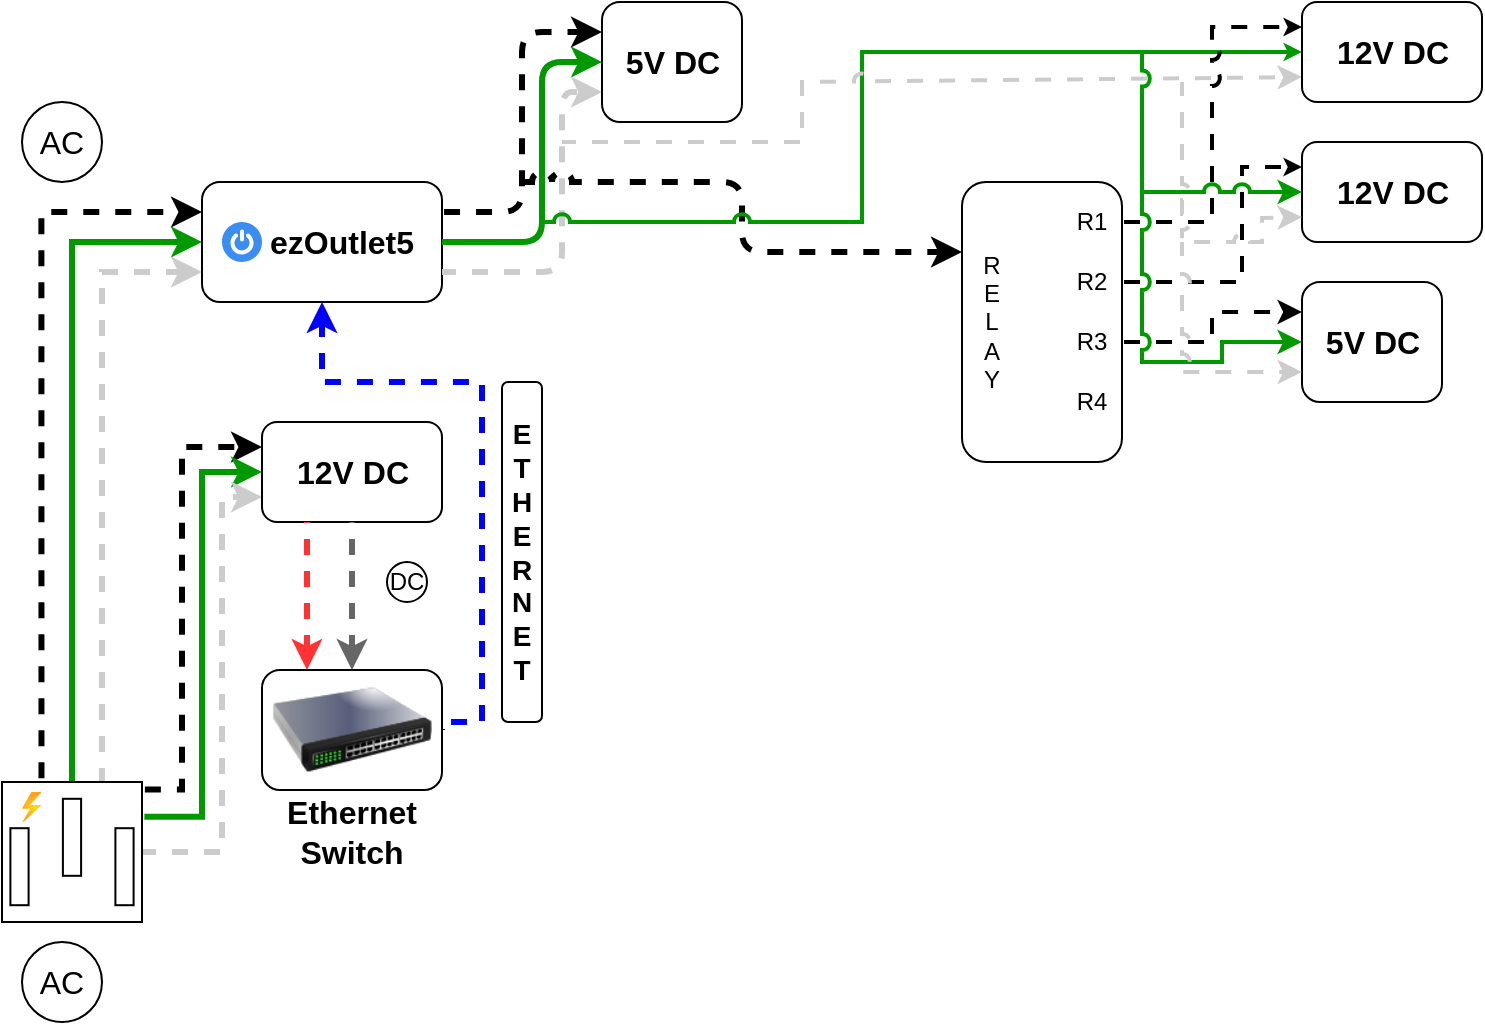
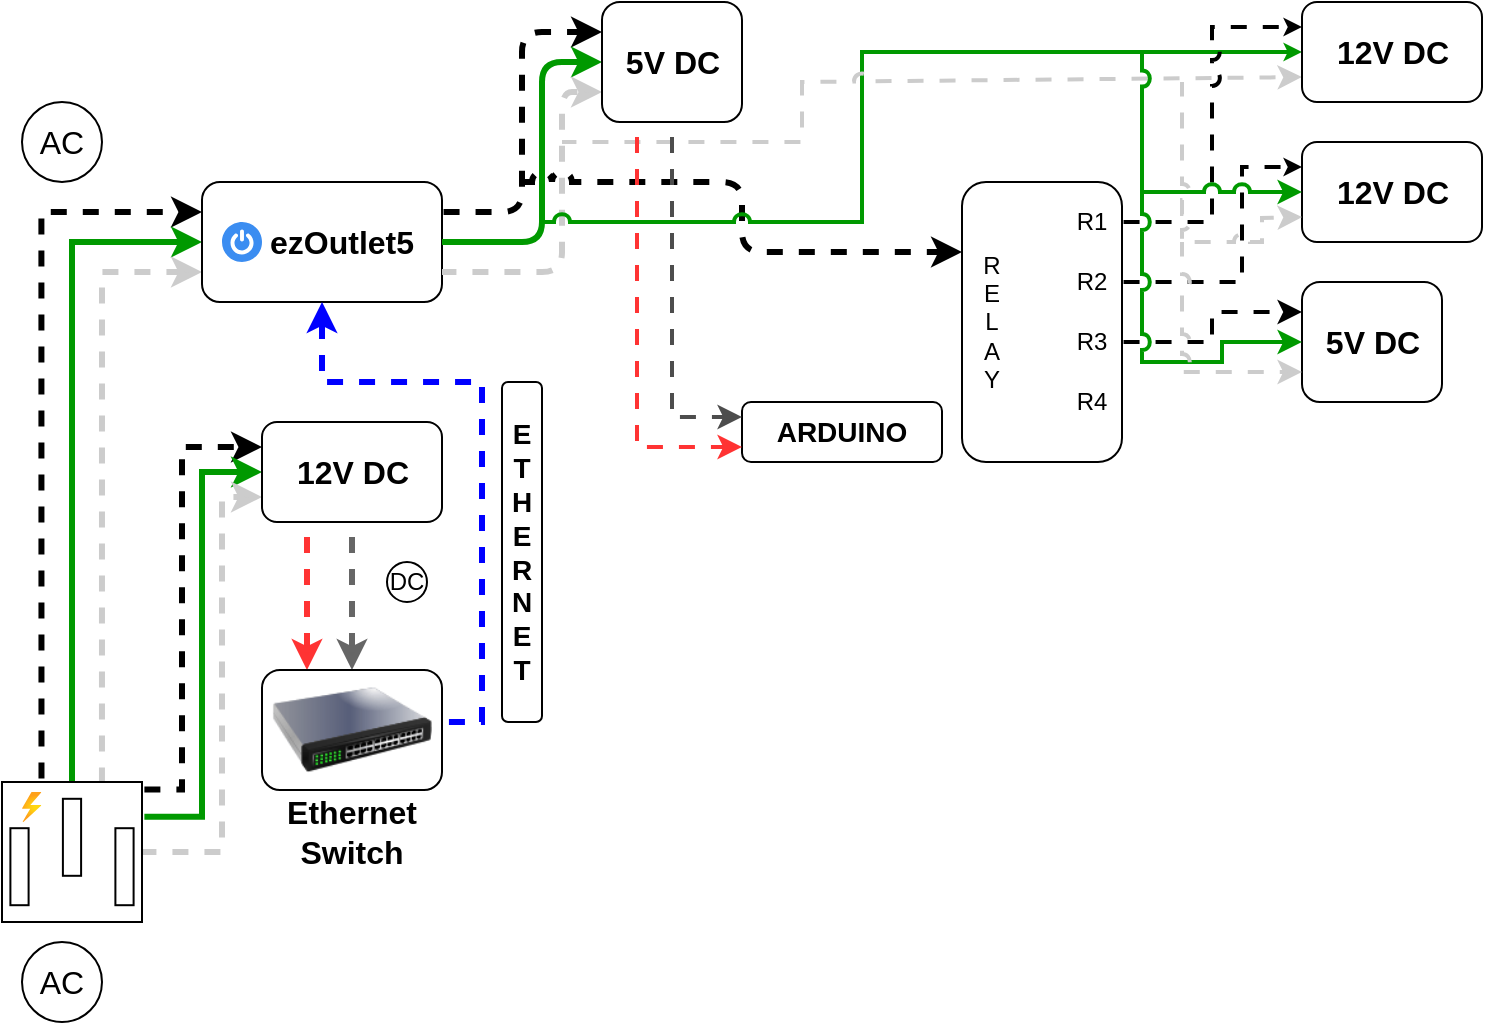
<mxfile host="app.diagrams.net" agent="Mozilla/5.0 (Windows NT 10.0; Win64; x64) AppleWebKit/537.36 (KHTML, like Gecko) Chrome/131.0.0.0 Safari/537.36 Edg/131.0.0.0" version="25.0.3">
  <diagram name="Page-1" id="VlRkN-xOVygPYa-iD9Ir">
-     <mxGraphModel dx="1050" dy="658" grid="1" gridSize="10" guides="1" tooltips="1" connect="1" arrows="1" fold="1" page="1" pageScale="1" pageWidth="1169" pageHeight="827" background="none" math="0" shadow="0">
+     <mxGraphModel dx="875" dy="548" grid="1" gridSize="10" guides="1" tooltips="1" connect="1" arrows="1" fold="1" page="1" pageScale="1" pageWidth="1169" pageHeight="827" background="none" math="0" shadow="0">
      <root>
        <mxCell id="0" />
        <mxCell id="1" parent="0" />
        <mxCell id="JVLtuT8sySUBbFbLTn6r-3" style="edgeStyle=orthogonalEdgeStyle;rounded=0;orthogonalLoop=1;jettySize=auto;html=1;entryX=0;entryY=0.25;entryDx=0;entryDy=0;exitX=0.282;exitY=-0.013;exitDx=0;exitDy=0;exitPerimeter=0;strokeWidth=3;flowAnimation=1;flowAnimationDirection=alternate;flowAnimationTimingFunction=ease-in-out;flowAnimationDuration=1500;" edge="1" parent="1" source="pD8juBFKP1GN8B8eYQTb-1" target="pD8juBFKP1GN8B8eYQTb-3">
          <mxGeometry relative="1" as="geometry" />
        </mxCell>
        <mxCell id="JVLtuT8sySUBbFbLTn6r-4" style="edgeStyle=orthogonalEdgeStyle;rounded=0;orthogonalLoop=1;jettySize=auto;html=1;exitX=0.5;exitY=0;exitDx=0;exitDy=0;exitPerimeter=0;entryX=0;entryY=0.5;entryDx=0;entryDy=0;strokeColor=#009900;strokeWidth=3;" edge="1" parent="1" source="pD8juBFKP1GN8B8eYQTb-1" target="pD8juBFKP1GN8B8eYQTb-3">
          <mxGeometry relative="1" as="geometry" />
        </mxCell>
        <mxCell id="JVLtuT8sySUBbFbLTn6r-5" style="edgeStyle=orthogonalEdgeStyle;rounded=0;orthogonalLoop=1;jettySize=auto;html=1;entryX=0;entryY=0.75;entryDx=0;entryDy=0;exitX=0.714;exitY=0;exitDx=0;exitDy=0;exitPerimeter=0;strokeWidth=3;strokeColor=#CCCCCC;flowAnimation=1;flowAnimationDirection=alternate-reverse;flowAnimationTimingFunction=ease-in-out;flowAnimationDuration=1500;" edge="1" parent="1" source="pD8juBFKP1GN8B8eYQTb-1" target="pD8juBFKP1GN8B8eYQTb-3">
          <mxGeometry relative="1" as="geometry">
            <mxPoint x="120" y="320" as="targetPoint" />
          </mxGeometry>
        </mxCell>
        <mxCell id="JVLtuT8sySUBbFbLTn6r-6" style="edgeStyle=orthogonalEdgeStyle;rounded=0;orthogonalLoop=1;jettySize=auto;html=1;entryX=0;entryY=0.25;entryDx=0;entryDy=0;exitX=1.006;exitY=0.054;exitDx=0;exitDy=0;exitPerimeter=0;strokeWidth=3;flowAnimation=1;flowAnimationDirection=alternate;flowAnimationTimingFunction=ease-in-out;flowAnimationDuration=1500;" edge="1" parent="1" source="pD8juBFKP1GN8B8eYQTb-1" target="pD8juBFKP1GN8B8eYQTb-24">
          <mxGeometry relative="1" as="geometry">
            <Array as="points">
              <mxPoint x="120" y="404" />
              <mxPoint x="120" y="233" />
            </Array>
          </mxGeometry>
        </mxCell>
        <mxCell id="JVLtuT8sySUBbFbLTn6r-7" style="edgeStyle=orthogonalEdgeStyle;rounded=0;orthogonalLoop=1;jettySize=auto;html=1;entryX=0;entryY=0.5;entryDx=0;entryDy=0;exitX=1.017;exitY=0.249;exitDx=0;exitDy=0;exitPerimeter=0;strokeWidth=3;strokeColor=#009900;" edge="1" parent="1" source="pD8juBFKP1GN8B8eYQTb-1" target="pD8juBFKP1GN8B8eYQTb-24">
          <mxGeometry relative="1" as="geometry" />
        </mxCell>
        <mxCell id="JVLtuT8sySUBbFbLTn6r-8" style="edgeStyle=orthogonalEdgeStyle;rounded=0;orthogonalLoop=1;jettySize=auto;html=1;entryX=0;entryY=0.75;entryDx=0;entryDy=0;strokeColor=#CCCCCC;strokeWidth=3;flowAnimation=1;flowAnimationDirection=alternate-reverse;flowAnimationTimingFunction=ease-in-out;flowAnimationDuration=1500;" edge="1" parent="1" source="pD8juBFKP1GN8B8eYQTb-1" target="pD8juBFKP1GN8B8eYQTb-24">
          <mxGeometry relative="1" as="geometry">
            <Array as="points">
              <mxPoint x="140" y="435" />
              <mxPoint x="140" y="258" />
            </Array>
          </mxGeometry>
        </mxCell>
        <mxCell id="JVLtuT8sySUBbFbLTn6r-1" value="" style="group" vertex="1" connectable="0" parent="1">
          <mxGeometry x="30" y="480" width="60" height="40" as="geometry" />
        </mxCell>
        <mxCell id="pD8juBFKP1GN8B8eYQTb-22" value="AC" style="text;html=1;align=center;verticalAlign=middle;whiteSpace=wrap;rounded=0;fontSize=16;" parent="JVLtuT8sySUBbFbLTn6r-1" vertex="1">
          <mxGeometry y="5" width="60" height="30" as="geometry" />
        </mxCell>
        <mxCell id="pD8juBFKP1GN8B8eYQTb-23" value="" style="ellipse;whiteSpace=wrap;html=1;fillColor=none;" parent="JVLtuT8sySUBbFbLTn6r-1" vertex="1">
          <mxGeometry x="10" width="40" height="40" as="geometry" />
        </mxCell>
        <mxCell id="JVLtuT8sySUBbFbLTn6r-2" value="" style="group" vertex="1" connectable="0" parent="1">
          <mxGeometry x="30" y="60" width="60" height="40" as="geometry" />
        </mxCell>
        <mxCell id="pD8juBFKP1GN8B8eYQTb-9" value="" style="ellipse;whiteSpace=wrap;html=1;fillColor=none;" parent="JVLtuT8sySUBbFbLTn6r-2" vertex="1">
          <mxGeometry x="10" width="40" height="40" as="geometry" />
        </mxCell>
        <mxCell id="pD8juBFKP1GN8B8eYQTb-11" value="AC" style="text;html=1;align=center;verticalAlign=middle;whiteSpace=wrap;rounded=0;fontSize=16;" parent="JVLtuT8sySUBbFbLTn6r-2" vertex="1">
          <mxGeometry y="5" width="60" height="30" as="geometry" />
        </mxCell>
        <mxCell id="JVLtuT8sySUBbFbLTn6r-9" value="" style="group" vertex="1" connectable="0" parent="1">
          <mxGeometry x="130" y="100" width="120" height="60" as="geometry" />
        </mxCell>
        <mxCell id="JVLtuT8sySUBbFbLTn6r-16" value="" style="group" vertex="1" connectable="0" parent="JVLtuT8sySUBbFbLTn6r-9">
          <mxGeometry width="120" height="60" as="geometry" />
        </mxCell>
        <mxCell id="pD8juBFKP1GN8B8eYQTb-3" value="" style="rounded=1;whiteSpace=wrap;html=1;" parent="JVLtuT8sySUBbFbLTn6r-16" vertex="1">
          <mxGeometry width="120" height="60" as="geometry" />
        </mxCell>
        <mxCell id="JVLtuT8sySUBbFbLTn6r-13" value="" style="sketch=0;html=1;aspect=fixed;strokeColor=none;shadow=0;fillColor=#3B8DF1;verticalAlign=top;labelPosition=center;verticalLabelPosition=bottom;shape=mxgraph.gcp2.a7_power" vertex="1" parent="JVLtuT8sySUBbFbLTn6r-16">
          <mxGeometry x="10" y="20" width="20" height="20" as="geometry" />
        </mxCell>
        <mxCell id="pD8juBFKP1GN8B8eYQTb-15" value="&lt;b&gt;ezOutlet5&lt;/b&gt;" style="text;html=1;align=center;verticalAlign=middle;whiteSpace=wrap;rounded=0;fontSize=16;" parent="JVLtuT8sySUBbFbLTn6r-16" vertex="1">
          <mxGeometry x="40" y="10" width="60" height="40" as="geometry" />
        </mxCell>
        <mxCell id="JVLtuT8sySUBbFbLTn6r-11" value="" style="group" vertex="1" connectable="0" parent="1">
          <mxGeometry x="160" y="220" width="90" height="50" as="geometry" />
        </mxCell>
        <mxCell id="JVLtuT8sySUBbFbLTn6r-72" value="" style="group" vertex="1" connectable="0" parent="JVLtuT8sySUBbFbLTn6r-11">
          <mxGeometry width="90" height="50" as="geometry" />
        </mxCell>
        <mxCell id="pD8juBFKP1GN8B8eYQTb-24" value="" style="rounded=1;whiteSpace=wrap;html=1;" parent="JVLtuT8sySUBbFbLTn6r-72" vertex="1">
          <mxGeometry width="90" height="50" as="geometry" />
        </mxCell>
        <mxCell id="JVLtuT8sySUBbFbLTn6r-10" value="&lt;font style=&quot;font-size: 16px;&quot;&gt;&lt;b&gt;12V DC&lt;/b&gt;&lt;/font&gt;" style="text;html=1;align=center;verticalAlign=middle;whiteSpace=wrap;rounded=0;" vertex="1" parent="JVLtuT8sySUBbFbLTn6r-72">
          <mxGeometry x="15.75" y="10" width="58.5" height="30" as="geometry" />
        </mxCell>
        <mxCell id="JVLtuT8sySUBbFbLTn6r-18" value="" style="group" vertex="1" connectable="0" parent="1">
          <mxGeometry x="30" y="400" width="70" height="70" as="geometry" />
        </mxCell>
        <mxCell id="pD8juBFKP1GN8B8eYQTb-1" value="" style="pointerEvents=1;verticalLabelPosition=bottom;shadow=0;dashed=0;align=center;html=1;verticalAlign=top;shape=mxgraph.electrical.miscellaneous.ac_out" parent="JVLtuT8sySUBbFbLTn6r-18" vertex="1">
          <mxGeometry width="70" height="70" as="geometry" />
        </mxCell>
        <mxCell id="JVLtuT8sySUBbFbLTn6r-12" value="" style="image;aspect=fixed;html=1;points=[];align=center;fontSize=12;image=img/lib/azure2/general/Power.svg;" vertex="1" parent="JVLtuT8sySUBbFbLTn6r-18">
          <mxGeometry x="10" y="5" width="9.72" height="15" as="geometry" />
        </mxCell>
        <mxCell id="JVLtuT8sySUBbFbLTn6r-23" style="edgeStyle=orthogonalEdgeStyle;rounded=0;orthogonalLoop=1;jettySize=auto;html=1;entryX=0.25;entryY=0;entryDx=0;entryDy=0;exitX=0.25;exitY=1;exitDx=0;exitDy=0;strokeColor=#FF3333;strokeWidth=3;flowAnimation=1;" edge="1" parent="1" source="pD8juBFKP1GN8B8eYQTb-24" target="JVLtuT8sySUBbFbLTn6r-19">
          <mxGeometry relative="1" as="geometry" />
        </mxCell>
        <mxCell id="JVLtuT8sySUBbFbLTn6r-28" value="" style="group" vertex="1" connectable="0" parent="1">
          <mxGeometry x="220" y="290" width="25" height="20" as="geometry" />
        </mxCell>
        <mxCell id="JVLtuT8sySUBbFbLTn6r-26" value="" style="ellipse;whiteSpace=wrap;html=1;aspect=fixed;" vertex="1" parent="JVLtuT8sySUBbFbLTn6r-28">
          <mxGeometry x="2.5" width="20" height="20" as="geometry" />
        </mxCell>
        <mxCell id="JVLtuT8sySUBbFbLTn6r-27" value="&lt;font&gt;DC&lt;/font&gt;" style="text;html=1;align=center;verticalAlign=middle;whiteSpace=wrap;rounded=0;" vertex="1" parent="JVLtuT8sySUBbFbLTn6r-28">
          <mxGeometry y="2.5" width="25" height="15" as="geometry" />
        </mxCell>
        <mxCell id="JVLtuT8sySUBbFbLTn6r-29" style="edgeStyle=orthogonalEdgeStyle;rounded=0;orthogonalLoop=1;jettySize=auto;html=1;exitX=0.5;exitY=1;exitDx=0;exitDy=0;entryX=0.5;entryY=0;entryDx=0;entryDy=0;strokeWidth=3;flowAnimation=1;strokeColor=#666666;" edge="1" parent="1" source="pD8juBFKP1GN8B8eYQTb-24" target="JVLtuT8sySUBbFbLTn6r-19">
          <mxGeometry relative="1" as="geometry" />
        </mxCell>
        <mxCell id="JVLtuT8sySUBbFbLTn6r-30" style="edgeStyle=orthogonalEdgeStyle;rounded=0;orthogonalLoop=1;jettySize=auto;html=1;exitX=1;exitY=0.5;exitDx=0;exitDy=0;entryX=0.5;entryY=1;entryDx=0;entryDy=0;strokeColor=#0000FF;strokeWidth=3;flowAnimation=1;" edge="1" parent="1" source="JVLtuT8sySUBbFbLTn6r-19" target="pD8juBFKP1GN8B8eYQTb-3">
          <mxGeometry relative="1" as="geometry">
            <Array as="points">
              <mxPoint x="270" y="370" />
              <mxPoint x="270" y="200" />
              <mxPoint x="190" y="200" />
            </Array>
          </mxGeometry>
        </mxCell>
        <mxCell id="JVLtuT8sySUBbFbLTn6r-31" value="" style="rounded=1;whiteSpace=wrap;html=1;" vertex="1" parent="1">
          <mxGeometry x="280" y="200" width="20" height="170" as="geometry" />
        </mxCell>
        <mxCell id="JVLtuT8sySUBbFbLTn6r-32" value="&lt;b&gt;&lt;font style=&quot;font-size: 14px;&quot;&gt;E&lt;/font&gt;&lt;/b&gt;&lt;div&gt;&lt;b&gt;&lt;font style=&quot;font-size: 14px;&quot;&gt;T&lt;/font&gt;&lt;/b&gt;&lt;/div&gt;&lt;div&gt;&lt;b&gt;&lt;font style=&quot;font-size: 14px;&quot;&gt;H&lt;/font&gt;&lt;/b&gt;&lt;/div&gt;&lt;div&gt;&lt;b&gt;&lt;font style=&quot;font-size: 14px;&quot;&gt;E&lt;/font&gt;&lt;/b&gt;&lt;/div&gt;&lt;div&gt;&lt;b&gt;&lt;font style=&quot;font-size: 14px;&quot;&gt;R&lt;/font&gt;&lt;/b&gt;&lt;/div&gt;&lt;div&gt;&lt;b&gt;&lt;font style=&quot;font-size: 14px;&quot;&gt;N&lt;/font&gt;&lt;/b&gt;&lt;/div&gt;&lt;div&gt;&lt;b&gt;&lt;font style=&quot;font-size: 14px;&quot;&gt;E&lt;/font&gt;&lt;/b&gt;&lt;/div&gt;&lt;div&gt;&lt;b&gt;&lt;font style=&quot;font-size: 14px;&quot;&gt;T&lt;/font&gt;&lt;/b&gt;&lt;/div&gt;" style="text;html=1;align=center;verticalAlign=middle;whiteSpace=wrap;rounded=0;" vertex="1" parent="1">
          <mxGeometry x="275" y="180" width="30" height="210" as="geometry" />
        </mxCell>
        <mxCell id="JVLtuT8sySUBbFbLTn6r-33" value="" style="rounded=1;whiteSpace=wrap;html=1;" vertex="1" parent="1">
          <mxGeometry x="510" y="100" width="80" height="140" as="geometry" />
        </mxCell>
        <mxCell id="JVLtuT8sySUBbFbLTn6r-35" style="edgeStyle=orthogonalEdgeStyle;rounded=1;orthogonalLoop=1;jettySize=auto;html=1;exitX=1;exitY=0.25;exitDx=0;exitDy=0;entryX=0;entryY=0.25;entryDx=0;entryDy=0;curved=0;strokeWidth=3;flowAnimation=1;flowAnimationDirection=alternate;flowAnimationTimingFunction=ease-in-out;flowAnimationDuration=1500;" edge="1" parent="1" source="pD8juBFKP1GN8B8eYQTb-3" target="JVLtuT8sySUBbFbLTn6r-34">
          <mxGeometry relative="1" as="geometry" />
        </mxCell>
        <mxCell id="JVLtuT8sySUBbFbLTn6r-36" style="edgeStyle=orthogonalEdgeStyle;rounded=1;orthogonalLoop=1;jettySize=auto;html=1;exitX=1;exitY=0.5;exitDx=0;exitDy=0;entryX=0;entryY=0.5;entryDx=0;entryDy=0;curved=0;strokeWidth=3;strokeColor=#009900;" edge="1" parent="1" source="pD8juBFKP1GN8B8eYQTb-3" target="JVLtuT8sySUBbFbLTn6r-34">
          <mxGeometry relative="1" as="geometry">
            <Array as="points">
              <mxPoint x="300" y="130" />
              <mxPoint x="300" y="40" />
            </Array>
          </mxGeometry>
        </mxCell>
        <mxCell id="JVLtuT8sySUBbFbLTn6r-37" style="edgeStyle=orthogonalEdgeStyle;rounded=1;orthogonalLoop=1;jettySize=auto;html=1;exitX=1;exitY=0.75;exitDx=0;exitDy=0;entryX=0;entryY=0.75;entryDx=0;entryDy=0;curved=0;strokeColor=#CCCCCC;strokeWidth=3;flowAnimation=1;flowAnimationDirection=alternate-reverse;flowAnimationTimingFunction=ease-in-out;flowAnimationDuration=1500;" edge="1" parent="1" source="pD8juBFKP1GN8B8eYQTb-3" target="JVLtuT8sySUBbFbLTn6r-34">
          <mxGeometry relative="1" as="geometry">
            <Array as="points">
              <mxPoint x="310" y="145" />
              <mxPoint x="310" y="55" />
            </Array>
          </mxGeometry>
        </mxCell>
        <mxCell id="JVLtuT8sySUBbFbLTn6r-40" value="" style="endArrow=classic;html=1;rounded=1;curved=0;entryX=0;entryY=0.25;entryDx=0;entryDy=0;jumpStyle=arc;strokeWidth=3;flowAnimation=1;flowAnimationDirection=alternate;flowAnimationTimingFunction=ease-in-out;flowAnimationDuration=1500;" edge="1" parent="1" target="JVLtuT8sySUBbFbLTn6r-33">
          <mxGeometry width="50" height="50" relative="1" as="geometry">
            <mxPoint x="290" y="100" as="sourcePoint" />
            <mxPoint x="410" y="170" as="targetPoint" />
            <Array as="points">
              <mxPoint x="400" y="100" />
              <mxPoint x="400" y="135" />
            </Array>
          </mxGeometry>
        </mxCell>
        <mxCell id="JVLtuT8sySUBbFbLTn6r-51" value="" style="group" vertex="1" connectable="0" parent="1">
          <mxGeometry x="160" y="344" width="90" height="96" as="geometry" />
        </mxCell>
        <mxCell id="JVLtuT8sySUBbFbLTn6r-21" value="" style="group" vertex="1" connectable="0" parent="JVLtuT8sySUBbFbLTn6r-51">
          <mxGeometry width="90" height="70" as="geometry" />
        </mxCell>
        <mxCell id="JVLtuT8sySUBbFbLTn6r-50" value="" style="group" vertex="1" connectable="0" parent="JVLtuT8sySUBbFbLTn6r-21">
          <mxGeometry width="90" height="70" as="geometry" />
        </mxCell>
        <mxCell id="JVLtuT8sySUBbFbLTn6r-19" value="" style="rounded=1;whiteSpace=wrap;html=1;" vertex="1" parent="JVLtuT8sySUBbFbLTn6r-50">
          <mxGeometry width="90" height="60" as="geometry" />
        </mxCell>
        <mxCell id="JVLtuT8sySUBbFbLTn6r-49" value="" style="image;html=1;image=img/lib/clip_art/networking/Switch_128x128.png" vertex="1" parent="JVLtuT8sySUBbFbLTn6r-50">
          <mxGeometry x="5" y="-10" width="80" height="80" as="geometry" />
        </mxCell>
        <mxCell id="JVLtuT8sySUBbFbLTn6r-20" value="&lt;b&gt;&lt;font style=&quot;font-size: 16px;&quot;&gt;Ethernet&lt;/font&gt;&lt;/b&gt;&lt;div&gt;&lt;b&gt;&lt;font style=&quot;font-size: 16px;&quot;&gt;Switch&lt;/font&gt;&lt;/b&gt;&lt;/div&gt;" style="text;html=1;align=center;verticalAlign=middle;whiteSpace=wrap;rounded=0;" vertex="1" parent="JVLtuT8sySUBbFbLTn6r-51">
          <mxGeometry x="15" y="66" width="60" height="30" as="geometry" />
        </mxCell>
        <mxCell id="JVLtuT8sySUBbFbLTn6r-53" value="" style="group" vertex="1" connectable="0" parent="1">
          <mxGeometry x="330" y="10" width="70" height="60" as="geometry" />
        </mxCell>
        <mxCell id="JVLtuT8sySUBbFbLTn6r-71" value="" style="group" vertex="1" connectable="0" parent="JVLtuT8sySUBbFbLTn6r-53">
          <mxGeometry width="70" height="60" as="geometry" />
        </mxCell>
        <mxCell id="JVLtuT8sySUBbFbLTn6r-34" value="" style="rounded=1;whiteSpace=wrap;html=1;" vertex="1" parent="JVLtuT8sySUBbFbLTn6r-71">
          <mxGeometry width="70" height="60" as="geometry" />
        </mxCell>
        <mxCell id="JVLtuT8sySUBbFbLTn6r-52" value="&lt;font style=&quot;font-size: 16px;&quot;&gt;&lt;b&gt;5&lt;/b&gt;&lt;/font&gt;&lt;b style=&quot;font-size: 16px; background-color: initial;&quot;&gt;V DC&lt;/b&gt;" style="text;html=1;align=center;verticalAlign=middle;whiteSpace=wrap;rounded=0;" vertex="1" parent="JVLtuT8sySUBbFbLTn6r-71">
          <mxGeometry x="5.75" y="15" width="58.5" height="30" as="geometry" />
        </mxCell>
        <mxCell id="JVLtuT8sySUBbFbLTn6r-54" value="" style="endArrow=classic;html=1;rounded=0;entryX=0;entryY=0.5;entryDx=0;entryDy=0;jumpStyle=arc;strokeColor=#009900;strokeWidth=2;endSize=3;" edge="1" parent="1" target="JVLtuT8sySUBbFbLTn6r-74">
          <mxGeometry width="50" height="50" relative="1" as="geometry">
            <mxPoint x="300" y="120" as="sourcePoint" />
            <mxPoint x="350" y="80" as="targetPoint" />
            <Array as="points">
              <mxPoint x="460" y="120" />
              <mxPoint x="460" y="35" />
            </Array>
          </mxGeometry>
        </mxCell>
        <mxCell id="JVLtuT8sySUBbFbLTn6r-55" value="" style="endArrow=classic;html=1;rounded=0;entryX=0;entryY=0.75;entryDx=0;entryDy=0;strokeColor=#CCCCCC;strokeWidth=2;jumpStyle=arc;flowAnimation=1;flowAnimationDirection=alternate-reverse;flowAnimationTimingFunction=ease-in-out;flowAnimationDuration=1500;" edge="1" parent="1" target="JVLtuT8sySUBbFbLTn6r-74">
          <mxGeometry width="50" height="50" relative="1" as="geometry">
            <mxPoint x="310" y="80" as="sourcePoint" />
            <mxPoint x="350" y="140" as="targetPoint" />
            <Array as="points">
              <mxPoint x="430" y="80" />
              <mxPoint x="430" y="50" />
              <mxPoint x="520" y="50" />
            </Array>
          </mxGeometry>
        </mxCell>
        <mxCell id="JVLtuT8sySUBbFbLTn6r-56" value="R&lt;div&gt;E&lt;/div&gt;&lt;div&gt;L&lt;/div&gt;&lt;div&gt;A&lt;/div&gt;&lt;div&gt;Y&lt;/div&gt;" style="text;html=1;align=center;verticalAlign=middle;whiteSpace=wrap;rounded=0;" vertex="1" parent="1">
          <mxGeometry x="510" y="135" width="30" height="70" as="geometry" />
        </mxCell>
        <mxCell id="JVLtuT8sySUBbFbLTn6r-79" style="edgeStyle=orthogonalEdgeStyle;rounded=0;orthogonalLoop=1;jettySize=auto;html=1;exitX=1;exitY=0.5;exitDx=0;exitDy=0;entryX=0;entryY=0.25;entryDx=0;entryDy=0;strokeWidth=2;flowAnimation=1;flowAnimationDirection=alternate;flowAnimationTimingFunction=ease-in-out;flowAnimationDuration=1500;jumpStyle=arc;endSize=3;" edge="1" parent="1" source="JVLtuT8sySUBbFbLTn6r-57" target="JVLtuT8sySUBbFbLTn6r-74">
          <mxGeometry relative="1" as="geometry" />
        </mxCell>
        <mxCell id="JVLtuT8sySUBbFbLTn6r-57" value="R1" style="text;html=1;align=center;verticalAlign=middle;whiteSpace=wrap;rounded=0;" vertex="1" parent="1">
          <mxGeometry x="560" y="105" width="30" height="30" as="geometry" />
        </mxCell>
        <mxCell id="JVLtuT8sySUBbFbLTn6r-80" style="edgeStyle=orthogonalEdgeStyle;rounded=0;orthogonalLoop=1;jettySize=auto;html=1;exitX=1;exitY=0.5;exitDx=0;exitDy=0;entryX=0;entryY=0.25;entryDx=0;entryDy=0;strokeWidth=2;flowAnimation=1;flowAnimationDirection=alternate;flowAnimationTimingFunction=ease-in-out;flowAnimationDuration=1500;endSize=3;jumpStyle=arc;" edge="1" parent="1" source="JVLtuT8sySUBbFbLTn6r-58" target="JVLtuT8sySUBbFbLTn6r-77">
          <mxGeometry relative="1" as="geometry">
            <Array as="points">
              <mxPoint x="650" y="150" />
              <mxPoint x="650" y="93" />
            </Array>
          </mxGeometry>
        </mxCell>
        <mxCell id="JVLtuT8sySUBbFbLTn6r-58" value="R2" style="text;html=1;align=center;verticalAlign=middle;whiteSpace=wrap;rounded=0;" vertex="1" parent="1">
          <mxGeometry x="560" y="135" width="30" height="30" as="geometry" />
        </mxCell>
        <mxCell id="JVLtuT8sySUBbFbLTn6r-81" style="edgeStyle=orthogonalEdgeStyle;rounded=0;orthogonalLoop=1;jettySize=auto;html=1;exitX=1;exitY=0.5;exitDx=0;exitDy=0;entryX=0;entryY=0.25;entryDx=0;entryDy=0;strokeWidth=2;flowAnimation=1;flowAnimationDirection=alternate;flowAnimationTimingFunction=ease-in-out;flowAnimationDuration=1500;jumpStyle=arc;" edge="1" parent="1" source="JVLtuT8sySUBbFbLTn6r-59" target="JVLtuT8sySUBbFbLTn6r-63">
          <mxGeometry relative="1" as="geometry" />
        </mxCell>
        <mxCell id="JVLtuT8sySUBbFbLTn6r-59" value="R3" style="text;html=1;align=center;verticalAlign=middle;whiteSpace=wrap;rounded=0;" vertex="1" parent="1">
          <mxGeometry x="560" y="165" width="30" height="30" as="geometry" />
        </mxCell>
        <mxCell id="JVLtuT8sySUBbFbLTn6r-60" value="R4" style="text;html=1;align=center;verticalAlign=middle;whiteSpace=wrap;rounded=0;" vertex="1" parent="1">
          <mxGeometry x="560" y="195" width="30" height="30" as="geometry" />
        </mxCell>
        <mxCell id="JVLtuT8sySUBbFbLTn6r-67" value="" style="group" vertex="1" connectable="0" parent="1">
          <mxGeometry x="680" y="150" width="70" height="60" as="geometry" />
        </mxCell>
        <mxCell id="JVLtuT8sySUBbFbLTn6r-63" value="" style="rounded=1;whiteSpace=wrap;html=1;" vertex="1" parent="JVLtuT8sySUBbFbLTn6r-67">
          <mxGeometry width="70" height="60" as="geometry" />
        </mxCell>
        <mxCell id="JVLtuT8sySUBbFbLTn6r-62" value="" style="group" vertex="1" connectable="0" parent="JVLtuT8sySUBbFbLTn6r-67">
          <mxGeometry width="70" height="60" as="geometry" />
        </mxCell>
        <mxCell id="JVLtuT8sySUBbFbLTn6r-64" value="&lt;font style=&quot;font-size: 16px;&quot;&gt;&lt;b&gt;5&lt;/b&gt;&lt;/font&gt;&lt;b style=&quot;font-size: 16px; background-color: initial;&quot;&gt;V DC&lt;/b&gt;" style="text;html=1;align=center;verticalAlign=middle;whiteSpace=wrap;rounded=0;" vertex="1" parent="JVLtuT8sySUBbFbLTn6r-62">
          <mxGeometry x="5.75" y="15" width="58.5" height="30" as="geometry" />
        </mxCell>
        <mxCell id="JVLtuT8sySUBbFbLTn6r-73" value="" style="group" vertex="1" connectable="0" parent="1">
          <mxGeometry x="680" y="10" width="90" height="50" as="geometry" />
        </mxCell>
        <mxCell id="JVLtuT8sySUBbFbLTn6r-74" value="" style="rounded=1;whiteSpace=wrap;html=1;" vertex="1" parent="JVLtuT8sySUBbFbLTn6r-73">
          <mxGeometry width="90" height="50" as="geometry" />
        </mxCell>
        <mxCell id="JVLtuT8sySUBbFbLTn6r-75" value="&lt;font style=&quot;font-size: 16px;&quot;&gt;&lt;b&gt;12V DC&lt;/b&gt;&lt;/font&gt;" style="text;html=1;align=center;verticalAlign=middle;whiteSpace=wrap;rounded=0;" vertex="1" parent="JVLtuT8sySUBbFbLTn6r-73">
          <mxGeometry x="15.75" y="10" width="58.5" height="30" as="geometry" />
        </mxCell>
        <mxCell id="JVLtuT8sySUBbFbLTn6r-76" value="" style="group" vertex="1" connectable="0" parent="1">
          <mxGeometry x="680" y="80" width="90" height="50" as="geometry" />
        </mxCell>
        <mxCell id="JVLtuT8sySUBbFbLTn6r-77" value="" style="rounded=1;whiteSpace=wrap;html=1;" vertex="1" parent="JVLtuT8sySUBbFbLTn6r-76">
          <mxGeometry width="90" height="50" as="geometry" />
        </mxCell>
        <mxCell id="JVLtuT8sySUBbFbLTn6r-78" value="&lt;font style=&quot;font-size: 16px;&quot;&gt;&lt;b&gt;12V DC&lt;/b&gt;&lt;/font&gt;" style="text;html=1;align=center;verticalAlign=middle;whiteSpace=wrap;rounded=0;" vertex="1" parent="JVLtuT8sySUBbFbLTn6r-76">
          <mxGeometry x="15.75" y="10" width="58.5" height="30" as="geometry" />
        </mxCell>
        <mxCell id="JVLtuT8sySUBbFbLTn6r-82" value="" style="endArrow=classic;html=1;rounded=0;entryX=0;entryY=0.5;entryDx=0;entryDy=0;jumpStyle=arc;strokeColor=#009900;strokeWidth=2;" edge="1" parent="1" target="JVLtuT8sySUBbFbLTn6r-77">
          <mxGeometry width="50" height="50" relative="1" as="geometry">
            <mxPoint x="600" y="35" as="sourcePoint" />
            <mxPoint x="660" y="105" as="targetPoint" />
            <Array as="points">
              <mxPoint x="600" y="105" />
            </Array>
          </mxGeometry>
        </mxCell>
        <mxCell id="JVLtuT8sySUBbFbLTn6r-83" value="" style="endArrow=classic;html=1;rounded=0;entryX=0;entryY=0.75;entryDx=0;entryDy=0;strokeWidth=2;strokeColor=#CCCCCC;flowAnimation=1;flowAnimationTimingFunction=ease-in-out;flowAnimationDirection=alternate-reverse;jumpStyle=arc;flowAnimationDuration=1500;" edge="1" parent="1" target="JVLtuT8sySUBbFbLTn6r-77">
          <mxGeometry width="50" height="50" relative="1" as="geometry">
            <mxPoint x="620" y="50" as="sourcePoint" />
            <mxPoint x="480" y="40" as="targetPoint" />
            <Array as="points">
              <mxPoint x="620" y="130" />
              <mxPoint x="660" y="130" />
              <mxPoint x="660" y="118" />
            </Array>
          </mxGeometry>
        </mxCell>
        <mxCell id="JVLtuT8sySUBbFbLTn6r-88" value="" style="endArrow=classic;html=1;rounded=0;entryX=0;entryY=0.5;entryDx=0;entryDy=0;strokeColor=#009900;strokeWidth=2;jumpStyle=arc;" edge="1" parent="1" target="JVLtuT8sySUBbFbLTn6r-63">
          <mxGeometry width="50" height="50" relative="1" as="geometry">
            <mxPoint x="600" y="100" as="sourcePoint" />
            <mxPoint x="600" y="140" as="targetPoint" />
            <Array as="points">
              <mxPoint x="600" y="190" />
              <mxPoint x="640" y="190" />
              <mxPoint x="640" y="180" />
            </Array>
          </mxGeometry>
        </mxCell>
        <mxCell id="JVLtuT8sySUBbFbLTn6r-89" value="" style="endArrow=classic;html=1;rounded=0;entryX=0;entryY=0.75;entryDx=0;entryDy=0;strokeWidth=2;strokeColor=#CCCCCC;flowAnimation=1;jumpStyle=arc;flowAnimationTimingFunction=ease-in-out;flowAnimationDirection=alternate-reverse;flowAnimationDuration=1500;" edge="1" parent="1" target="JVLtuT8sySUBbFbLTn6r-63">
          <mxGeometry width="50" height="50" relative="1" as="geometry">
            <mxPoint x="620" y="130" as="sourcePoint" />
            <mxPoint x="600" y="100" as="targetPoint" />
            <Array as="points">
              <mxPoint x="620" y="195" />
            </Array>
          </mxGeometry>
        </mxCell>
+         <mxCell id="JVLtuT8sySUBbFbLTn6r-90" value="&lt;b&gt;&lt;font style=&quot;font-size: 14px;&quot;&gt;ARDUINO&lt;/font&gt;&lt;/b&gt;" style="rounded=1;whiteSpace=wrap;html=1;" vertex="1" parent="1">
+           <mxGeometry x="400" y="210" width="100" height="30" as="geometry" />
+         </mxCell>
+         <mxCell id="JVLtuT8sySUBbFbLTn6r-91" style="edgeStyle=orthogonalEdgeStyle;rounded=0;orthogonalLoop=1;jettySize=auto;html=1;exitX=0.25;exitY=1;exitDx=0;exitDy=0;entryX=0;entryY=0.75;entryDx=0;entryDy=0;strokeWidth=2;flowAnimation=1;strokeColor=#FF3333;" edge="1" parent="1" source="JVLtuT8sySUBbFbLTn6r-34" target="JVLtuT8sySUBbFbLTn6r-90">
+           <mxGeometry relative="1" as="geometry" />
+         </mxCell>
+         <mxCell id="JVLtuT8sySUBbFbLTn6r-92" style="edgeStyle=orthogonalEdgeStyle;rounded=0;orthogonalLoop=1;jettySize=auto;html=1;exitX=0.5;exitY=1;exitDx=0;exitDy=0;entryX=0;entryY=0.25;entryDx=0;entryDy=0;strokeWidth=2;flowAnimation=1;strokeColor=#4D4D4D;" edge="1" parent="1" source="JVLtuT8sySUBbFbLTn6r-34" target="JVLtuT8sySUBbFbLTn6r-90">
+           <mxGeometry relative="1" as="geometry" />
+         </mxCell>
      </root>
    </mxGraphModel>
  </diagram>
</mxfile>
